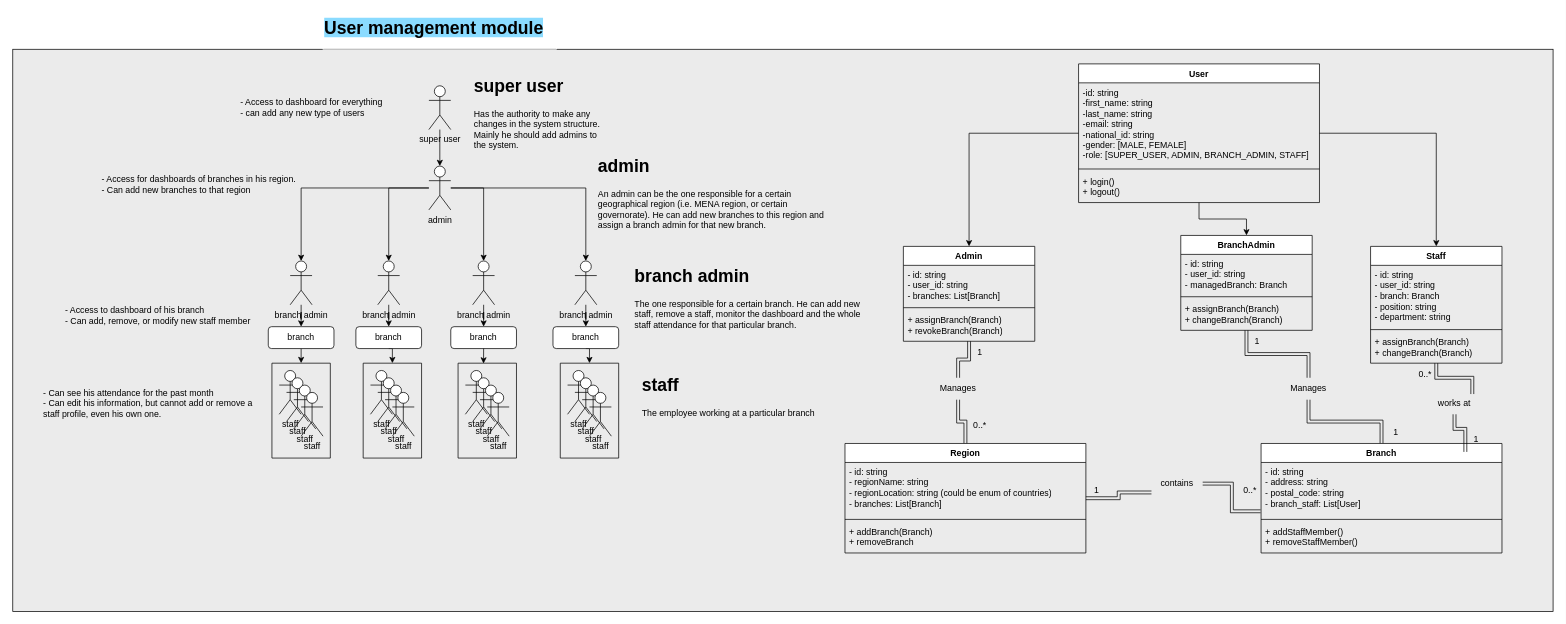
This is .drawio from NourEldeenM/surveillance-system, a draw.io file, before an edit. Source tidied: cells renumbered, new cells numbered last; positions are measured from the earlier drawing's top-left corner, leaving out a move shared by most shapes. Both pictures are drawn from the tidied source at 73%, with x=0, y=0 at pixel (12, 12).
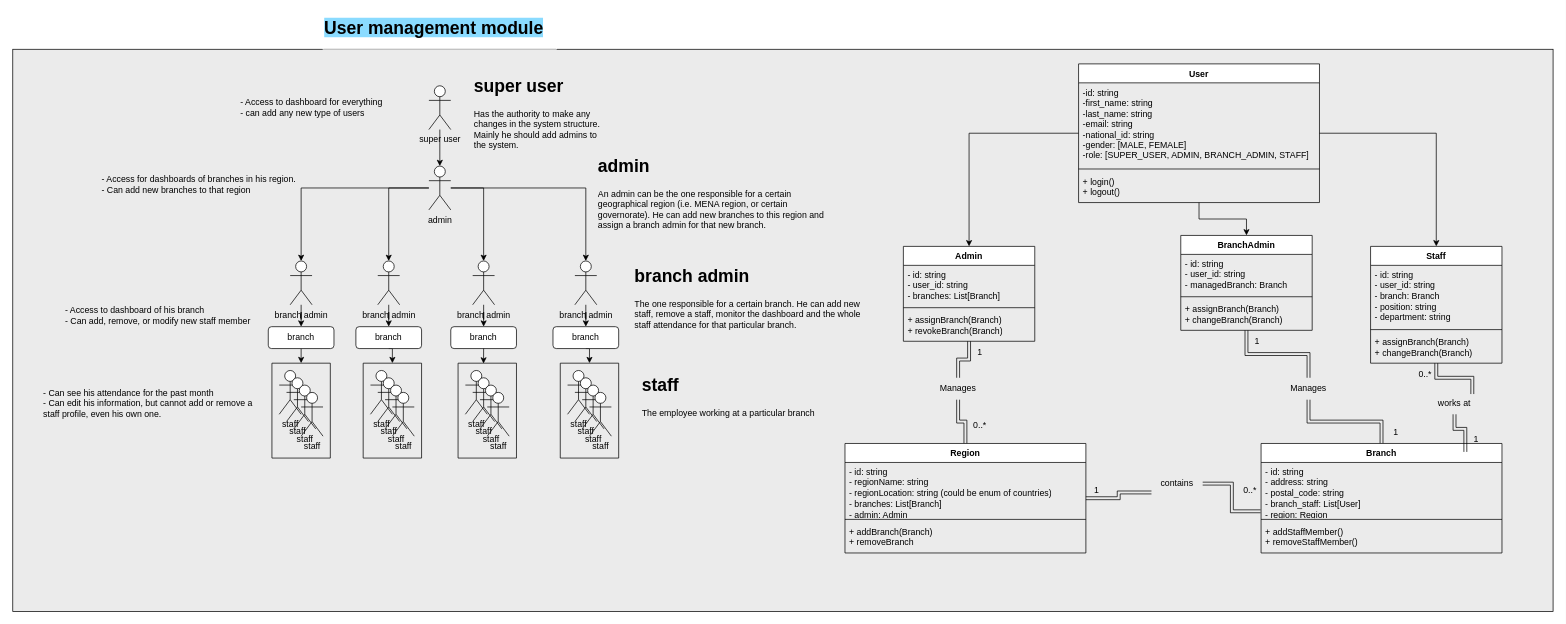
The same page after the edit.

Unchanged cells that the change refers to:
```xml
<mxCell id="80" value="Branch" style="swimlane;fontStyle=1;align=center;verticalAlign=top;horizontal=1;startSize=26;whiteSpace=wrap;html=1;" parent="1" vertex="1">
  <mxGeometry x="1710" y="590" width="330" height="150" as="geometry" />
</mxCell>
<mxCell id="84" value="Region" style="swimlane;fontStyle=1;align=center;verticalAlign=top;horizontal=1;startSize=26;whiteSpace=wrap;html=1;" parent="1" vertex="1">
  <mxGeometry x="1140" y="590" width="330" height="150" as="geometry" />
</mxCell>
```

Change to the diagram source:
```diff
@@
-    <mxCell id="81" value="- id: string&lt;div&gt;- address: string&lt;/div&gt;&lt;div&gt;- postal_code: string&lt;/div&gt;&lt;div&gt;- branch_staff: List[User]&lt;/div&gt;" style="text;strokeColor=none;fillColor=none;align=left;verticalAlign=top;spacingLeft=4;spacingRight=4;overflow=hidden;points=[[0,0.5],[1,0.5]];portConstraint=eastwest;whiteSpace=wrap;html=1;" parent="80" vertex="1">
+    <mxCell id="81" value="- id: string&lt;div&gt;- address: string&lt;/div&gt;&lt;div&gt;- postal_code: string&lt;/div&gt;&lt;div&gt;- branch_staff: List[User]&lt;/div&gt;&lt;div&gt;- region: Region&lt;/div&gt;" style="text;strokeColor=none;fillColor=none;align=left;verticalAlign=top;spacingLeft=4;spacingRight=4;overflow=hidden;points=[[0,0.5],[1,0.5]];portConstraint=eastwest;whiteSpace=wrap;html=1;" parent="80" vertex="1">
       <mxGeometry y="26" width="330" height="74" as="geometry" />
     </mxCell>
@@
-    <mxCell id="85" value="- id: string&lt;div&gt;- regionName: string&lt;/div&gt;&lt;div&gt;- regionLocation: string (could be enum of countries)&lt;/div&gt;&lt;div&gt;- branches: List[Branch]&lt;/div&gt;" style="text;strokeColor=none;fillColor=none;align=left;verticalAlign=top;spacingLeft=4;spacingRight=4;overflow=hidden;whiteSpace=wrap;html=1;" parent="84" vertex="1">
+    <mxCell id="85" value="- id: string&lt;div&gt;- regionName: string&lt;/div&gt;&lt;div&gt;- regionLocation: string (could be enum of countries)&lt;/div&gt;&lt;div&gt;- branches: List[Branch]&lt;/div&gt;&lt;div&gt;- admin: Admin&lt;/div&gt;" style="text;strokeColor=none;fillColor=none;align=left;verticalAlign=top;spacingLeft=4;spacingRight=4;overflow=hidden;whiteSpace=wrap;html=1;" parent="84" vertex="1">
       <mxGeometry y="26" width="330" height="74" as="geometry" />
     </mxCell>
```
